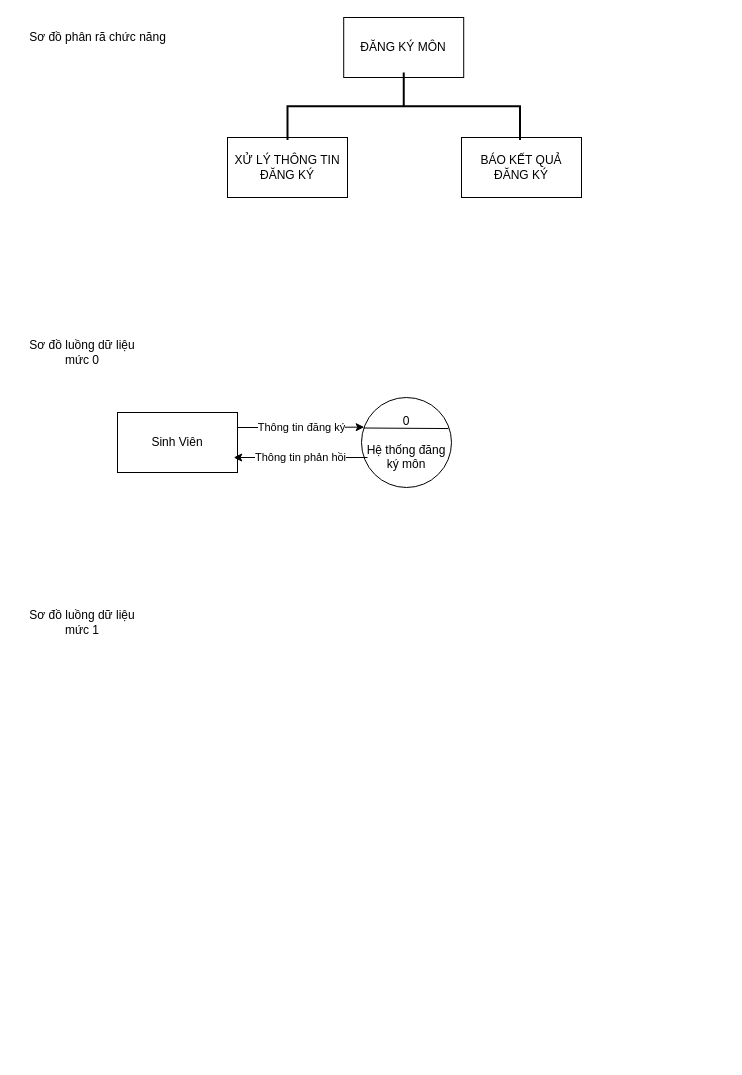
This is Biểu đồ không có tiêu đề.drawio from InfiniteByte1811/branch1, a draw.io file, before an edit. Source tidied: cells renumbered, new cells numbered last; positions are measured from the earlier drawing's top-left corner, leaving out a move shared by most shapes. Both pictures are drawn from the tidied source at 100%, with x=0, y=0 at pixel (17, -11).
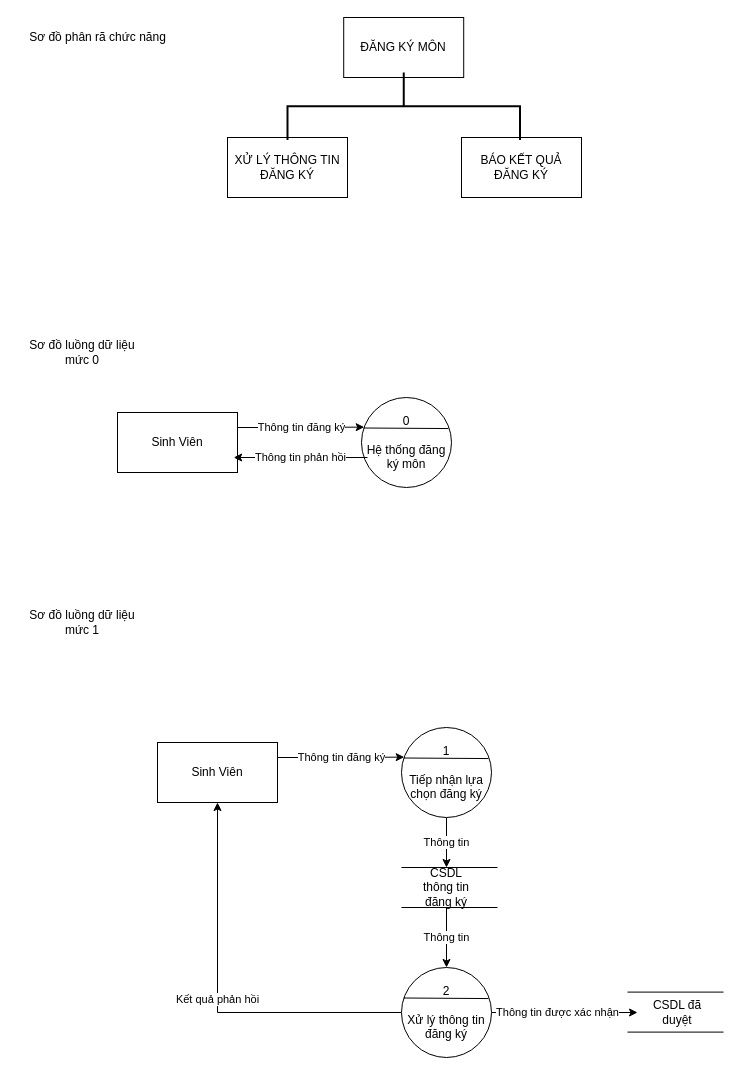
After the change.

Commit message (it also covers changes not shown here):
Cập nhật Biểu đồ không có tiêu đề.drawio

What changed in the source:
```diff
@@
+    <mxCell id="14" value="Thông tin" style="edgeStyle=orthogonalEdgeStyle;rounded=0;orthogonalLoop=1;jettySize=auto;html=1;entryX=0.5;entryY=0;entryDx=0;entryDy=0;" parent="1" edge="1">
+      <mxGeometry relative="1" as="geometry">
+        <mxPoint x="429" y="828" as="sourcePoint" />
+        <mxPoint x="429" y="878" as="targetPoint" />
+      </mxGeometry>
+    </mxCell>
+    <mxCell id="15" value="1&lt;br&gt;&lt;br&gt;Tiếp nhận lựa chọn đăng ký" style="ellipse;whiteSpace=wrap;html=1;" parent="1" vertex="1">
+      <mxGeometry x="384" y="738" width="90" height="90" as="geometry" />
+    </mxCell>
+    <mxCell id="16" style="endArrow=none;html=1;rounded=0;entryX=0.965;entryY=0.345;entryDx=0;entryDy=0;entryPerimeter=0;exitX=0.024;exitY=0.339;exitDx=0;exitDy=0;exitPerimeter=0;" parent="1" edge="1" source="15" target="15">
+      <mxGeometry relative="1" as="geometry" />
+    </mxCell>
+    <mxCell id="17" value="Thông tin đăng ký" style="edgeStyle=orthogonalEdgeStyle;rounded=0;jettySize=auto;html=1;exitX=1;exitY=0.25;exitDx=0;exitDy=0;entryX=0.03;entryY=0.329;entryDx=0;entryDy=0;entryPerimeter=0;" parent="1" edge="1" source="18" target="15">
+      <mxGeometry relative="1" as="geometry" />
+    </mxCell>
+    <mxCell id="18" value="Sinh Viên" style="rounded=0;whiteSpace=wrap;html=1;" parent="1" vertex="1">
+      <mxGeometry x="140" y="753" width="120" height="60" as="geometry" />
+    </mxCell>
+    <mxCell id="19" value="Kết quả phản hồi" style="edgeStyle=orthogonalEdgeStyle;rounded=0;jettySize=auto;html=1;exitX=0;exitY=0.5;exitDx=0;exitDy=0;entryX=0.5;entryY=1;entryDx=0;entryDy=0;" parent="1" edge="1" source="21" target="18">
+      <mxGeometry relative="1" as="geometry" />
+    </mxCell>
+    <mxCell id="20" value="Thông tin được xác nhận" style="edgeStyle=orthogonalEdgeStyle;rounded=0;jettySize=auto;html=1;" parent="1" edge="1" source="21">
+      <mxGeometry x="-0.1" relative="1" as="geometry">
+        <mxPoint x="620" y="1023" as="targetPoint" />
+      </mxGeometry>
+    </mxCell>
+    <mxCell id="21" value="2&lt;br&gt;&lt;br&gt;Xử lý thông tin đăng ký" style="ellipse;whiteSpace=wrap;html=1;" parent="1" vertex="1">
+      <mxGeometry x="384" y="978" width="90" height="90" as="geometry" />
+    </mxCell>
+    <mxCell id="22" style="endArrow=none;html=1;rounded=0;entryX=0.965;entryY=0.345;entryDx=0;entryDy=0;entryPerimeter=0;exitX=0.024;exitY=0.339;exitDx=0;exitDy=0;exitPerimeter=0;" parent="1" edge="1" source="21" target="21">
+      <mxGeometry relative="1" as="geometry" />
+    </mxCell>
+    <mxCell id="23" style="endArrow=none;html=1;rounded=0;" parent="1" edge="1">
+      <mxGeometry relative="1" as="geometry">
+        <mxPoint x="384" y="878" as="sourcePoint" />
+        <mxPoint x="480" y="878" as="targetPoint" />
+      </mxGeometry>
+    </mxCell>
+    <mxCell id="24" style="endArrow=none;html=1;rounded=0;" parent="1" edge="1">
+      <mxGeometry relative="1" as="geometry">
+        <mxPoint x="384" y="918" as="sourcePoint" />
+        <mxPoint x="480" y="918" as="targetPoint" />
+      </mxGeometry>
+    </mxCell>
+    <mxCell id="25" value="Thông tin" style="edgeStyle=orthogonalEdgeStyle;rounded=0;jettySize=auto;html=1;entryX=0.5;entryY=0;entryDx=0;entryDy=0;" parent="1" edge="1" source="26" target="21">
+      <mxGeometry relative="1" as="geometry" />
+    </mxCell>
+    <mxCell id="26" value="CSDL thông tin đăng ký" style="text;html=1;strokeColor=none;fillColor=none;align=center;verticalAlign=middle;whiteSpace=wrap;rounded=0;" parent="1" vertex="1">
+      <mxGeometry x="399" y="878" width="60" height="40" as="geometry" />
+    </mxCell>
+    <mxCell id="27" style="endArrow=none;html=1;rounded=0;" parent="1" edge="1">
+      <mxGeometry relative="1" as="geometry">
+        <mxPoint x="610" y="1002.6" as="sourcePoint" />
+        <mxPoint x="706" y="1002.6" as="targetPoint" />
+      </mxGeometry>
+    </mxCell>
+    <mxCell id="28" style="endArrow=none;html=1;rounded=0;" parent="1" edge="1">
+      <mxGeometry relative="1" as="geometry">
+        <mxPoint x="610" y="1042.6" as="sourcePoint" />
+        <mxPoint x="706" y="1042.6" as="targetPoint" />
+      </mxGeometry>
+    </mxCell>
+    <mxCell id="29" value="CSDL đã duyệt" style="text;html=1;strokeColor=none;fillColor=none;align=center;verticalAlign=middle;whiteSpace=wrap;rounded=0;" parent="1" vertex="1">
+      <mxGeometry x="630" y="1003" width="60" height="40" as="geometry" />
+    </mxCell>
```
